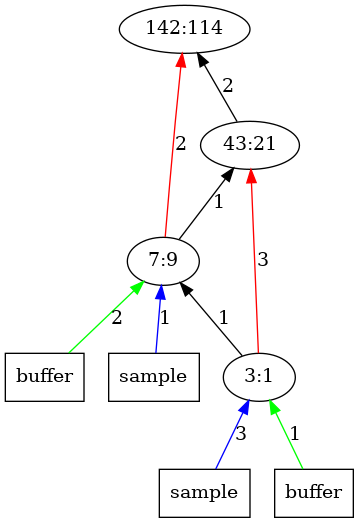
This is outputImages/op114.png.png from AbhikKhan/MTP_IITG, a Graphviz export, as it was before one commit. Its source is kept beside it as outputTrees/op114.dot. Source of this version:
```dot
digraph Tree{
	rankdir="BT"
	1 [label = "142:114"];
	2 -> 1 [label = "2", color = "black"];
	2 [label = "43:21"];
	3 -> 1 [label = "2", color = "red"];
	3 -> 2 [label = "1", color = "black"];
	x32 -> 3 [label = "2", color = "green"];
	x32 [label = "buffer", shape = "box"];
	x31 -> 3 [label = "1", color = "blue"];
	x31 [label = "sample", shape = "box"];
	3 [label = "7:9"];
	4 -> 2 [label = "3", color = "red"];
	4 -> 3 [label = "1", color = "black"];
	x41 -> 4 [label = "3", color = "blue"];
	x41 [label = "sample", shape = "box"];
	x42 -> 4 [label = "1", color = "green"];
	x42 [label = "buffer", shape = "box"];
	4 [label = "3:1"];
}
```
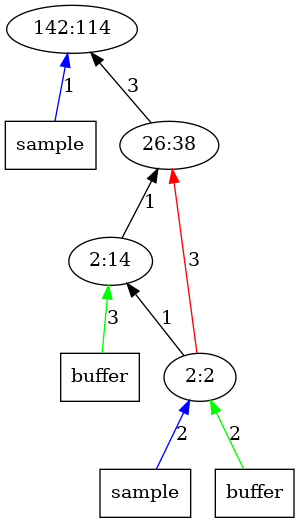
The same file after the commit.

The edit, as a diff of the source:
```diff
@@ -1,20 +1,19 @@
 digraph Tree{
 	rankdir="BT"
+	x11 -> 1 [label = "1", color = "blue"];
+	x11 [label = "sample", shape = "box"];
 	1 [label = "142:114"];
-	2 -> 1 [label = "2", color = "black"];
-	2 [label = "43:21"];
-	3 -> 1 [label = "2", color = "red"];
+	2 -> 1 [label = "3", color = "black"];
+	2 [label = "26:38"];
+	x32 -> 3 [label = "3", color = "green"];
+	x32 [label = "buffer", shape = "box"];
 	3 -> 2 [label = "1", color = "black"];
-	x32 -> 3 [label = "2", color = "green"];
-	x32 [label = "buffer", shape = "box"];
-	x31 -> 3 [label = "1", color = "blue"];
-	x31 [label = "sample", shape = "box"];
-	3 [label = "7:9"];
+	3 [label = "2:14"];
+	4 -> 3 [label = "1", color = "black"];
 	4 -> 2 [label = "3", color = "red"];
-	4 -> 3 [label = "1", color = "black"];
-	x41 -> 4 [label = "3", color = "blue"];
+	x41 -> 4 [label = "2", color = "blue"];
 	x41 [label = "sample", shape = "box"];
-	x42 -> 4 [label = "1", color = "green"];
+	x42 -> 4 [label = "2", color = "green"];
 	x42 [label = "buffer", shape = "box"];
-	4 [label = "3:1"];
+	4 [label = "2:2"];
 }
```
